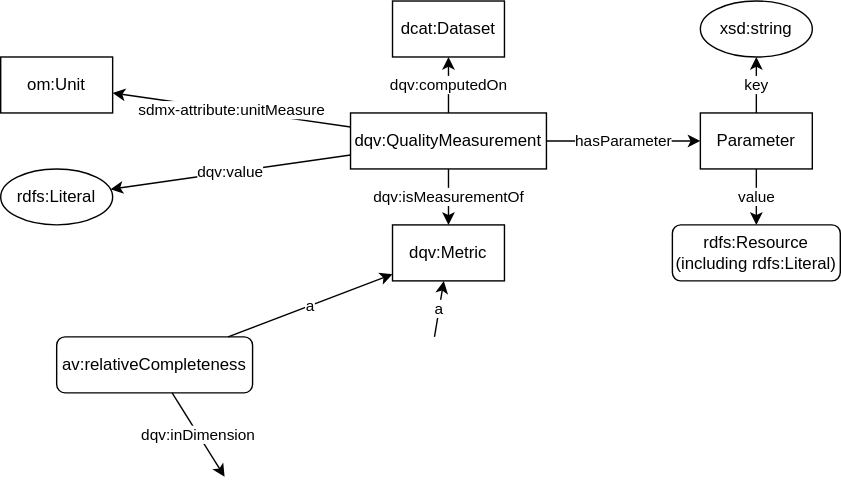
Before: qualityMeasurementGraph.svg, a diagram exported from draw.io (fusion-jena/abecto-vocabulary). Source tidied: cells renumbered, new cells last; positions are measured from the earlier drawing's top-left corner, leaving out a move shared by most shapes.
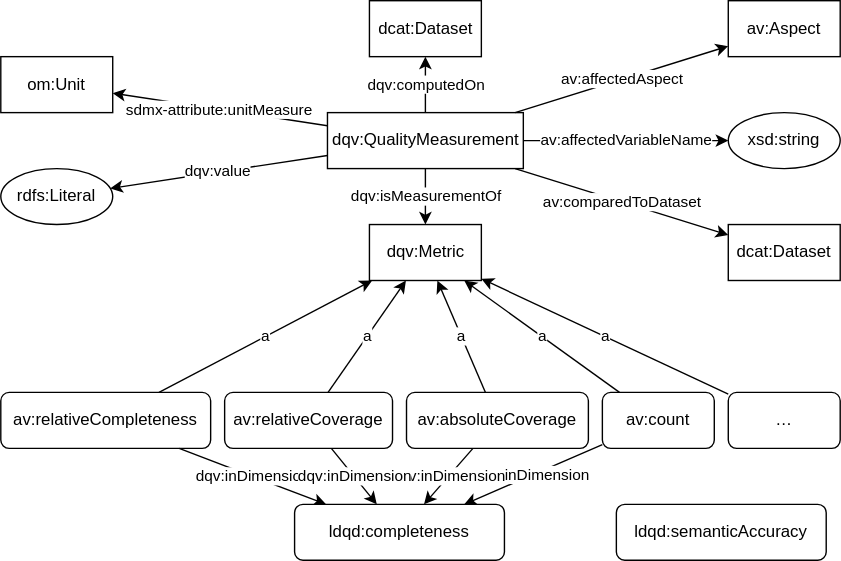
After the commit.

The edit, as a diff of the source:
```diff
@@ -12,13 +12,13 @@
       <mxGeometry relative="1" as="geometry" />
     </mxCell>
     <mxCell id="5" value="dqv:QualityMeasurement" style="whiteSpace=wrap;html=1;" parent="1" vertex="1">
-      <mxGeometry x="250" y="80" width="140" height="40" as="geometry" />
+      <mxGeometry x="233.5" y="80" width="140" height="40" as="geometry" />
     </mxCell>
     <mxCell id="6" value="dqv:Metric" style="whiteSpace=wrap;html=1;" parent="1" vertex="1">
-      <mxGeometry x="280" y="160" width="80" height="40" as="geometry" />
+      <mxGeometry x="263.5" y="160" width="80" height="40" as="geometry" />
     </mxCell>
     <mxCell id="7" value="dcat:Dataset" style="whiteSpace=wrap;html=1;" parent="1" vertex="1">
-      <mxGeometry x="280" width="80" height="40" as="geometry" />
+      <mxGeometry x="263.5" width="80" height="40" as="geometry" />
     </mxCell>
     <mxCell id="8" value="dqv:computedOn" style="edgeStyle=none;rounded=0;jettySize=auto;html=1;" parent="1" edge="1" source="5" target="7">
       <mxGeometry relative="1" as="geometry" />
@@ -30,38 +30,70 @@
       <mxGeometry y="120" width="80" height="40" as="geometry" />
     </mxCell>
     <mxCell id="11" value="av:relativeCompleteness" style="whiteSpace=wrap;html=1;rounded=1;" parent="1" vertex="1">
-      <mxGeometry x="40" y="240" width="140" height="40" as="geometry" />
+      <mxGeometry y="280" width="150" height="40" as="geometry" />
     </mxCell>
     <mxCell id="12" value="a" style="edgeStyle=none;rounded=0;jettySize=auto;html=1;" parent="1" edge="1" source="11" target="6">
       <mxGeometry relative="1" as="geometry" />
     </mxCell>
-    <mxCell id="13" value="dqv:inDimension" style="edgeStyle=none;rounded=0;jettySize=auto;html=1;" parent="1" edge="1" source="11">
-      <mxGeometry relative="1" as="geometry">
-        <mxPoint x="160" y="340" as="targetPoint" />
-      </mxGeometry>
+    <mxCell id="13" value="dqv:inDimension" style="edgeStyle=none;rounded=0;jettySize=auto;html=1;" parent="1" edge="1" source="11" target="36">
+      <mxGeometry relative="1" as="geometry" />
     </mxCell>
-    <mxCell id="14" value="a" style="edgeStyle=none;rounded=0;jettySize=auto;html=1;" parent="1" edge="1" target="6">
-      <mxGeometry relative="1" as="geometry">
-        <mxPoint x="310" y="240" as="sourcePoint" />
-      </mxGeometry>
+    <mxCell id="14" value="a" style="edgeStyle=none;rounded=0;jettySize=auto;html=1;" parent="1" edge="1" source="26" target="6">
+      <mxGeometry relative="1" as="geometry" />
     </mxCell>
-    <mxCell id="15" value="hasParameter" style="edgeStyle=none;rounded=0;jettySize=auto;html=1;" parent="1" edge="1" source="5" target="18">
-      <mxGeometry relative="1" as="geometry" />
-    </mxCell>
-    <mxCell id="16" value="key" style="edgeStyle=none;rounded=0;jettySize=auto;html=1;" parent="1" edge="1" source="18" target="19">
-      <mxGeometry relative="1" as="geometry" />
-    </mxCell>
-    <mxCell id="17" value="value" style="edgeStyle=none;rounded=0;jettySize=auto;html=1;" parent="1" edge="1" source="18" target="20">
-      <mxGeometry relative="1" as="geometry" />
-    </mxCell>
-    <mxCell id="18" value="Parameter" style="whiteSpace=wrap;html=1;" parent="1" vertex="1">
-      <mxGeometry x="500" y="80" width="80" height="40" as="geometry" />
-    </mxCell>
+    <mxCell id="21" value="av:affectedAspect" style="edgeStyle=none;rounded=0;jettySize=auto;html=1;" parent="1" edge="1" source="5" target="23">
+      <mxGeometry relative="1" as="geometry" />
+    </mxCell>
+    <mxCell id="22" value="av:affectedVariableName" style="edgeStyle=none;rounded=0;jettySize=auto;html=1;" parent="1" edge="1" source="5" target="19">
+      <mxGeometry relative="1" as="geometry" />
+    </mxCell>
     <mxCell id="19" value="xsd:string" style="ellipse;whiteSpace=wrap;html=1;" parent="1" vertex="1">
-      <mxGeometry x="500" width="80" height="40" as="geometry" />
+      <mxGeometry x="520" y="80" width="80" height="40" as="geometry" />
     </mxCell>
-    <mxCell id="20" value="rdfs:Resource (including rdfs:Literal)" style="whiteSpace=wrap;html=1;rounded=1;" parent="1" vertex="1">
-      <mxGeometry x="480" y="160" width="120" height="40" as="geometry" />
-    </mxCell>
+    <mxCell id="23" value="av:Aspect" style="whiteSpace=wrap;html=1;" parent="1" vertex="1">
+      <mxGeometry x="520" width="80" height="40" as="geometry" />
+    </mxCell>
+    <mxCell id="24" value="dcat:Dataset" style="whiteSpace=wrap;html=1;" parent="1" vertex="1">
+      <mxGeometry x="520" y="160" width="80" height="40" as="geometry" />
+    </mxCell>
+    <mxCell id="25" value="av:comparedToDataset" style="jettySize=auto;html=1;" parent="1" edge="1" source="5" target="24">
+      <mxGeometry relative="1" as="geometry" />
+    </mxCell>
+    <mxCell id="26" value="av:count" style="whiteSpace=wrap;html=1;rounded=1;" parent="1" vertex="1">
+      <mxGeometry x="430" y="280" width="80" height="40" as="geometry" />
+    </mxCell>
+    <mxCell id="27" value="av:absoluteCoverage" style="whiteSpace=wrap;html=1;rounded=1;" parent="1" vertex="1">
+      <mxGeometry x="290" y="280" width="130" height="40" as="geometry" />
+    </mxCell>
+    <mxCell id="28" value="a" style="edgeStyle=none;rounded=0;jettySize=auto;html=1;" parent="1" edge="1" source="34" target="6">
+      <mxGeometry relative="1" as="geometry" />
+    </mxCell>
+    <mxCell id="29" value="a" style="edgeStyle=none;rounded=0;jettySize=auto;html=1;" parent="1" edge="1" source="27" target="6">
+      <mxGeometry relative="1" as="geometry" />
+    </mxCell>
+    <mxCell id="30" value="dqv:inDimension" style="edgeStyle=none;rounded=0;jettySize=auto;html=1;" parent="1" edge="1" source="26" target="36">
+      <mxGeometry relative="1" as="geometry" />
+    </mxCell>
+    <mxCell id="31" value="dqv:inDimension" style="edgeStyle=none;rounded=0;jettySize=auto;html=1;" parent="1" edge="1" source="27" target="36">
+      <mxGeometry relative="1" as="geometry" />
+    </mxCell>
+    <mxCell id="32" value="av:relativeCoverage" style="whiteSpace=wrap;html=1;rounded=1;" parent="1" vertex="1">
+      <mxGeometry x="160" y="280" width="120" height="40" as="geometry" />
+    </mxCell>
+    <mxCell id="33" value="a" style="edgeStyle=none;rounded=0;jettySize=auto;html=1;" parent="1" edge="1" source="32" target="6">
+      <mxGeometry relative="1" as="geometry" />
+    </mxCell>
+    <mxCell id="34" value="…" style="whiteSpace=wrap;html=1;rounded=1;" parent="1" vertex="1">
+      <mxGeometry x="520" y="280" width="80" height="40" as="geometry" />
+    </mxCell>
+    <mxCell id="35" value="dqv:inDimension" style="edgeStyle=none;rounded=0;jettySize=auto;html=1;" parent="1" edge="1" source="32" target="36">
+      <mxGeometry relative="1" as="geometry" />
+    </mxCell>
+    <mxCell id="36" value="&lt;span style=&quot;text-align: left&quot;&gt;ldqd:completeness&lt;/span&gt;" style="whiteSpace=wrap;html=1;rounded=1;" parent="1" vertex="1">
+      <mxGeometry x="210" y="360" width="150" height="40" as="geometry" />
+    </mxCell>
+    <mxCell id="37" value="&lt;div style=&quot;text-align: left&quot;&gt;&lt;span&gt;ldqd:semanticAccuracy&lt;/span&gt;&lt;/div&gt;" style="whiteSpace=wrap;html=1;rounded=1;" parent="1" vertex="1">
+      <mxGeometry x="440" y="360" width="150" height="40" as="geometry" />
+    </mxCell>
   </root>
 </mxGraphModel>
```
